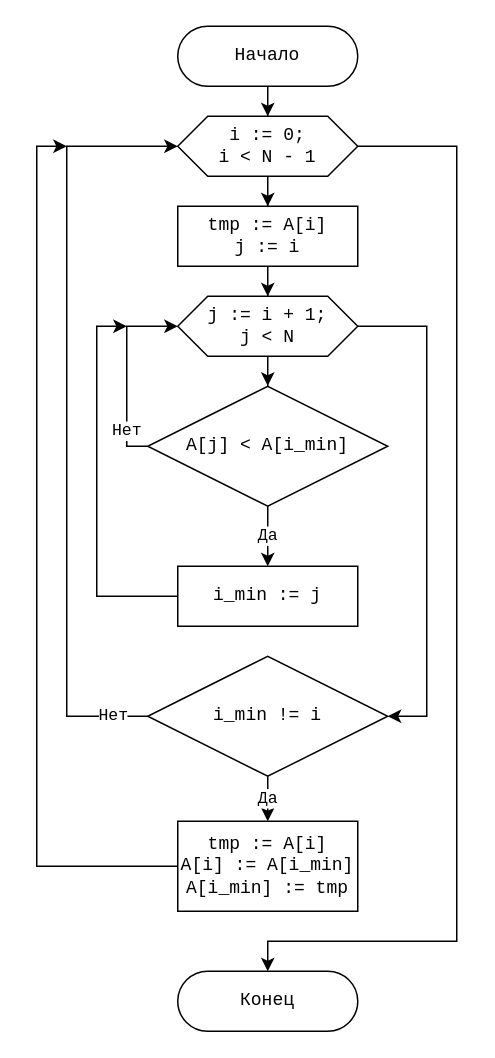
The draw.io diagram lab_06_2_insert-sort.drawio in 4gottendreamer/Diagrams-drawio, before the edit. Source tidied: cells renumbered, new cells numbered last; positions are measured from the earlier drawing's top-left corner, leaving out a move shared by most shapes. Both pictures are drawn from the tidied source at 150%, with x=0, y=0 at pixel (36, 26).
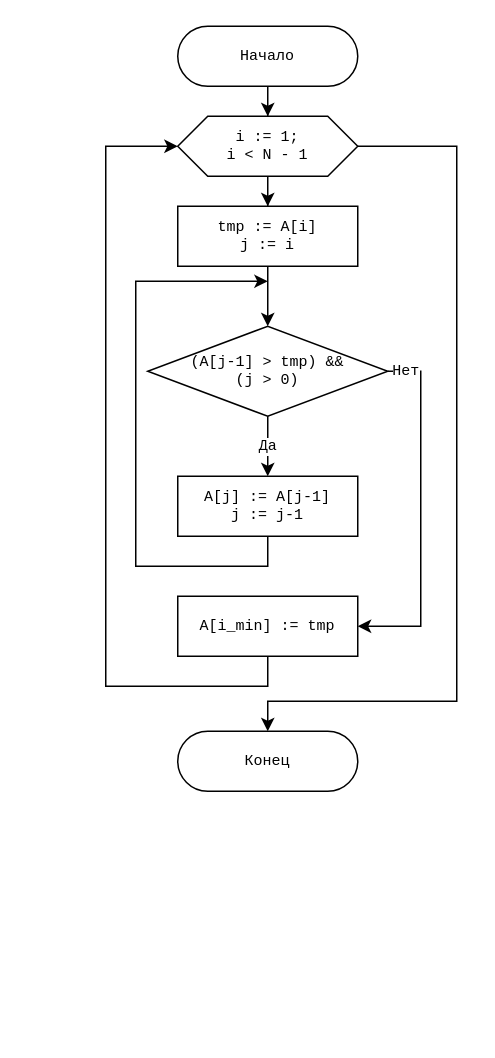
The same page after the edit.

Change to the diagram source:
```diff
@@
+    <mxCell id="23" style="group;" parent="1" vertex="1">
+      <mxGeometry x="46" width="234" height="510" as="geometry" />
+    </mxCell>
+    <mxCell id="3" value="Начало" style="rounded=1;whiteSpace=wrap;html=1;arcSize=50;fontFamily=Consolas;fontSize=10;" parent="23" vertex="1">
+      <mxGeometry x="48" width="120" height="40" as="geometry" />
+    </mxCell>
+    <mxCell id="6" value="&lt;div style=&quot;font-size: 10px&quot;&gt;i := 1;&lt;/div&gt;&lt;div style=&quot;font-size: 10px&quot;&gt;i &amp;lt; N - 1&lt;/div&gt;" style="shape=hexagon;perimeter=hexagonPerimeter2;whiteSpace=wrap;html=1;fixedSize=1;rounded=1;fontFamily=Consolas;arcSize=0;fontSize=10;" parent="23" vertex="1">
+      <mxGeometry x="48" y="60" width="120" height="40" as="geometry" />
+    </mxCell>
-    <mxCell id="2" style="edgeStyle=orthogonalEdgeStyle;rounded=0;jettySize=auto;html=1;fontFamily=Consolas;" parent="1" edge="1" source="3" target="6">
+    <mxCell id="2" style="edgeStyle=orthogonalEdgeStyle;rounded=0;jettySize=auto;html=1;fontFamily=Consolas;fontSize=10;" parent="23" edge="1" source="3" target="6">
       <mxGeometry relative="1" as="geometry" />
     </mxCell>
-    <mxCell id="3" value="Начало" style="rounded=1;whiteSpace=wrap;html=1;arcSize=50;fontFamily=Consolas;" parent="1" vertex="1">
-      <mxGeometry x="94" width="120" height="40" as="geometry" />
-    </mxCell>
+    <mxCell id="8" value="&lt;div style=&quot;font-size: 10px;&quot;&gt;tmp := A[i]&lt;/div&gt;&lt;div style=&quot;font-size: 10px;&quot;&gt;j := i&lt;br style=&quot;font-size: 10px;&quot;&gt;&lt;/div&gt;" style="whiteSpace=wrap;html=1;rounded=1;fontFamily=Consolas;arcSize=0;fontSize=10;" parent="23" vertex="1">
+      <mxGeometry x="48" y="120" width="120" height="40" as="geometry" />
+    </mxCell>
-    <mxCell id="4" style="edgeStyle=orthogonalEdgeStyle;rounded=0;jettySize=auto;html=1;fontFamily=Consolas;" parent="1" edge="1" source="6" target="8">
+    <mxCell id="4" style="edgeStyle=orthogonalEdgeStyle;rounded=0;jettySize=auto;html=1;fontFamily=Consolas;fontSize=10;" parent="23" edge="1" source="6" target="8">
       <mxGeometry relative="1" as="geometry" />
     </mxCell>
-    <mxCell id="5" style="edgeStyle=orthogonalEdgeStyle;rounded=0;jettySize=auto;html=1;fontFamily=Consolas;entryX=0.5;entryY=0;entryDx=0;entryDy=0;" parent="1" edge="1" source="6" target="22">
-      <mxGeometry relative="1" as="geometry">
-        <Array as="points">
-          <mxPoint x="280" y="80" />
-          <mxPoint x="280" y="610" />
-          <mxPoint x="154" y="610" />
-        </Array>
-      </mxGeometry>
-    </mxCell>
-    <mxCell id="6" value="&lt;div&gt;i := 0;&lt;/div&gt;&lt;div&gt;i &amp;lt; N - 1&lt;/div&gt;" style="shape=hexagon;perimeter=hexagonPerimeter2;whiteSpace=wrap;html=1;fixedSize=1;rounded=1;fontFamily=Consolas;arcSize=0;" parent="1" vertex="1">
-      <mxGeometry x="94" y="60" width="120" height="40" as="geometry" />
-    </mxCell>
+    <mxCell id="14" value="&lt;div style=&quot;font-size: 10px;&quot;&gt;(A[j-1] &amp;gt; tmp) &amp;amp;&amp;amp;&lt;/div&gt;&lt;div style=&quot;font-size: 10px;&quot;&gt;(j &amp;gt; 0)&lt;br style=&quot;font-size: 10px;&quot;&gt;&lt;/div&gt;" style="rhombus;whiteSpace=wrap;html=1;rounded=1;fontFamily=Consolas;arcSize=0;fontSize=10;" parent="23" vertex="1">
+      <mxGeometry x="28" y="200" width="160" height="60" as="geometry" />
+    </mxCell>
-    <mxCell id="7" style="edgeStyle=orthogonalEdgeStyle;rounded=0;jettySize=auto;html=1;fontFamily=Consolas;" parent="1" edge="1" source="8" target="11">
+    <mxCell id="7" style="edgeStyle=orthogonalEdgeStyle;rounded=0;jettySize=auto;html=1;fontFamily=Consolas;entryX=0.5;entryY=0;entryDx=0;entryDy=0;fontSize=10;" parent="23" edge="1" source="8" target="14">
       <mxGeometry relative="1" as="geometry" />
     </mxCell>
-    <mxCell id="8" value="&lt;div&gt;tmp := A[i]&lt;/div&gt;&lt;div&gt;j := i&lt;br&gt;&lt;/div&gt;" style="whiteSpace=wrap;html=1;rounded=1;fontFamily=Consolas;arcSize=0;" parent="1" vertex="1">
-      <mxGeometry x="94" y="120" width="120" height="40" as="geometry" />
-    </mxCell>
-    <mxCell id="9" style="edgeStyle=orthogonalEdgeStyle;rounded=0;jettySize=auto;html=1;fontFamily=Consolas;entryX=0.5;entryY=-0.004;entryDx=0;entryDy=0;entryPerimeter=0;" parent="1" edge="1" source="11" target="14">
-      <mxGeometry relative="1" as="geometry" />
-    </mxCell>
-    <mxCell id="10" style="edgeStyle=orthogonalEdgeStyle;rounded=0;jettySize=auto;html=1;fontFamily=Consolas;entryX=1;entryY=0.5;entryDx=0;entryDy=0;" parent="1" edge="1" source="11" target="19">
-      <mxGeometry relative="1" as="geometry">
-        <Array as="points">
-          <mxPoint x="260" y="200" />
-          <mxPoint x="260" y="460" />
-        </Array>
-      </mxGeometry>
-    </mxCell>
-    <mxCell id="11" value="&lt;div&gt;j := i + 1;&lt;/div&gt;&lt;div&gt;j &amp;lt; N&lt;/div&gt;" style="shape=hexagon;perimeter=hexagonPerimeter2;whiteSpace=wrap;html=1;fixedSize=1;rounded=1;fontFamily=Consolas;arcSize=0;" parent="1" vertex="1">
-      <mxGeometry x="94" y="180" width="120" height="40" as="geometry" />
-    </mxCell>
-    <mxCell id="12" value="Да" style="edgeStyle=orthogonalEdgeStyle;rounded=0;jettySize=auto;html=1;fontFamily=Consolas;" parent="1" edge="1" source="14" target="16">
-      <mxGeometry relative="1" as="geometry" />
-    </mxCell>
-    <mxCell id="13" value="&lt;div&gt;Нет&lt;/div&gt;" style="edgeStyle=orthogonalEdgeStyle;rounded=0;jettySize=auto;html=1;fontFamily=Consolas;entryX=0;entryY=0.5;entryDx=0;entryDy=0;exitX=0;exitY=0.5;exitDx=0;exitDy=0;" parent="1" edge="1" source="14" target="11">
-      <mxGeometry x="-0.62" relative="1" as="geometry">
-        <Array as="points">
-          <mxPoint x="60" y="280" />
-          <mxPoint x="60" y="200" />
-        </Array>
-      </mxGeometry>
-    </mxCell>
-    <mxCell id="14" value="A[j] &amp;lt; A[i_min]" style="rhombus;whiteSpace=wrap;html=1;rounded=1;fontFamily=Consolas;arcSize=0;" parent="1" vertex="1">
-      <mxGeometry x="74" y="240" width="160" height="80" as="geometry" />
-    </mxCell>
-    <mxCell id="15" style="edgeStyle=orthogonalEdgeStyle;rounded=0;jettySize=auto;html=1;fontFamily=Consolas;" parent="1" edge="1" source="16">
+    <mxCell id="15" style="edgeStyle=orthogonalEdgeStyle;rounded=0;jettySize=auto;html=1;fontFamily=Consolas;fontSize=10;" parent="23" edge="1" source="16">
       <mxGeometry relative="1" as="geometry">
-        <mxPoint x="60" y="200" as="targetPoint" />
+        <mxPoint x="108" y="170" as="targetPoint" />
         <Array as="points">
-          <mxPoint x="40" y="380" />
-          <mxPoint x="40" y="200" />
+          <mxPoint x="108" y="360" />
+          <mxPoint x="20" y="360" />
+          <mxPoint x="20" y="170" />
         </Array>
       </mxGeometry>
     </mxCell>
-    <mxCell id="16" value="i_min := j" style="whiteSpace=wrap;html=1;rounded=1;fontFamily=Consolas;arcSize=0;" parent="1" vertex="1">
-      <mxGeometry x="94" y="360" width="120" height="40" as="geometry" />
+    <mxCell id="16" value="&lt;div style=&quot;font-size: 10px;&quot;&gt;A[j] := A[j-1]&lt;/div&gt;&lt;div style=&quot;font-size: 10px;&quot;&gt;j := j-1&lt;br style=&quot;font-size: 10px;&quot;&gt;&lt;/div&gt;" style="whiteSpace=wrap;html=1;rounded=1;fontFamily=Consolas;arcSize=0;fontSize=10;" parent="23" vertex="1">
+      <mxGeometry x="48" y="300" width="120" height="40" as="geometry" />
     </mxCell>
-    <mxCell id="17" value="Да" style="edgeStyle=orthogonalEdgeStyle;rounded=0;jettySize=auto;html=1;fontFamily=Consolas;" parent="1" edge="1" source="19" target="21">
-      <mxGeometry relative="1" as="geometry" />
-    </mxCell>
-    <mxCell id="18" value="&lt;div&gt;Нет&lt;/div&gt;" style="edgeStyle=orthogonalEdgeStyle;rounded=0;jettySize=auto;html=1;entryX=0;entryY=0.5;entryDx=0;entryDy=0;fontFamily=Consolas;" parent="1" edge="1" source="19" target="6">
-      <mxGeometry x="-0.91" relative="1" as="geometry">
-        <Array as="points">
-          <mxPoint x="20" y="460" />
-          <mxPoint x="20" y="80" />
-        </Array>
-      </mxGeometry>
-    </mxCell>
-    <mxCell id="19" value="i_min != i" style="rhombus;whiteSpace=wrap;html=1;rounded=1;fontFamily=Consolas;arcSize=0;" parent="1" vertex="1">
-      <mxGeometry x="74" y="420" width="160" height="80" as="geometry" />
-    </mxCell>
+    <mxCell id="12" value="Да" style="edgeStyle=orthogonalEdgeStyle;rounded=0;jettySize=auto;html=1;fontFamily=Consolas;fontSize=10;" parent="23" edge="1" source="14" target="16">
+      <mxGeometry relative="1" as="geometry" />
+    </mxCell>
-    <mxCell id="20" style="edgeStyle=orthogonalEdgeStyle;rounded=0;jettySize=auto;html=1;fontFamily=Consolas;" parent="1" edge="1" source="21">
+    <mxCell id="20" style="edgeStyle=orthogonalEdgeStyle;rounded=0;jettySize=auto;html=1;fontFamily=Consolas;fontSize=10;exitX=0.5;exitY=1;exitDx=0;exitDy=0;entryX=0;entryY=0.5;entryDx=0;entryDy=0;" parent="23" edge="1" source="21" target="6">
       <mxGeometry relative="1" as="geometry">
-        <mxPoint x="20" y="80" as="targetPoint" />
         <Array as="points">
-          <mxPoint y="560" />
+          <mxPoint x="108" y="440" />
+          <mxPoint y="440" />
           <mxPoint y="80" />
         </Array>
       </mxGeometry>
     </mxCell>
-    <mxCell id="21" value="&lt;div&gt;tmp := A[i]&lt;/div&gt;&lt;div&gt;A[i] := A[i_min]&lt;/div&gt;&lt;div&gt;A[i_min] := tmp&lt;br&gt;&lt;/div&gt;" style="whiteSpace=wrap;html=1;rounded=1;fontFamily=Consolas;arcSize=0;" parent="1" vertex="1">
-      <mxGeometry x="94" y="530" width="120" height="60" as="geometry" />
+    <mxCell id="21" value="A[i_min] := tmp" style="whiteSpace=wrap;html=1;rounded=1;fontFamily=Consolas;arcSize=0;fontSize=10;" parent="23" vertex="1">
+      <mxGeometry x="48" y="380" width="120" height="40" as="geometry" />
     </mxCell>
+    <mxCell id="10" value="Нет" style="edgeStyle=orthogonalEdgeStyle;rounded=0;jettySize=auto;html=1;fontFamily=Consolas;entryX=1;entryY=0.5;entryDx=0;entryDy=0;exitX=1;exitY=0.5;exitDx=0;exitDy=0;fontSize=10;" parent="23" edge="1" source="14" target="21">
+      <mxGeometry x="-0.9" relative="1" as="geometry">
+        <Array as="points">
+          <mxPoint x="210" y="230" />
+          <mxPoint x="210" y="400" />
+        </Array>
+      </mxGeometry>
+    </mxCell>
-    <mxCell id="22" value="Конец" style="rounded=1;whiteSpace=wrap;html=1;arcSize=50;fontFamily=Consolas;" parent="1" vertex="1">
-      <mxGeometry x="94" y="630" width="120" height="40" as="geometry" />
+    <mxCell id="22" value="Конец" style="rounded=1;whiteSpace=wrap;html=1;arcSize=50;fontFamily=Consolas;fontSize=10;" parent="23" vertex="1">
+      <mxGeometry x="48" y="470" width="120" height="40" as="geometry" />
     </mxCell>
+    <mxCell id="5" style="edgeStyle=orthogonalEdgeStyle;rounded=0;jettySize=auto;html=1;fontFamily=Consolas;entryX=0.5;entryY=0;entryDx=0;entryDy=0;fontSize=10;" parent="23" edge="1" source="6" target="22">
+      <mxGeometry relative="1" as="geometry">
+        <Array as="points">
+          <mxPoint x="234" y="80" />
+          <mxPoint x="234" y="450" />
+          <mxPoint x="108" y="450" />
+        </Array>
+      </mxGeometry>
+    </mxCell>
```
